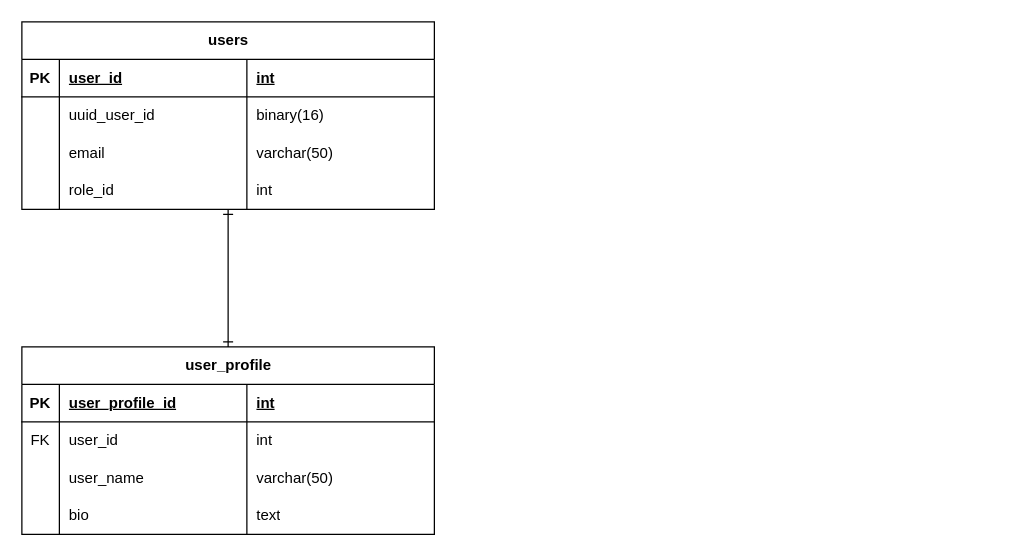
Above: docs/user_service/user_service_er.drawio in Nahaq789/micron (draw.io), before the change. Source tidied: cells renumbered, new cells numbered last; positions are measured from the earlier drawing's top-left corner, leaving out a move shared by most shapes. Both pictures are drawn from the tidied source at 125%, with x=0, y=0 at pixel (21, 21).
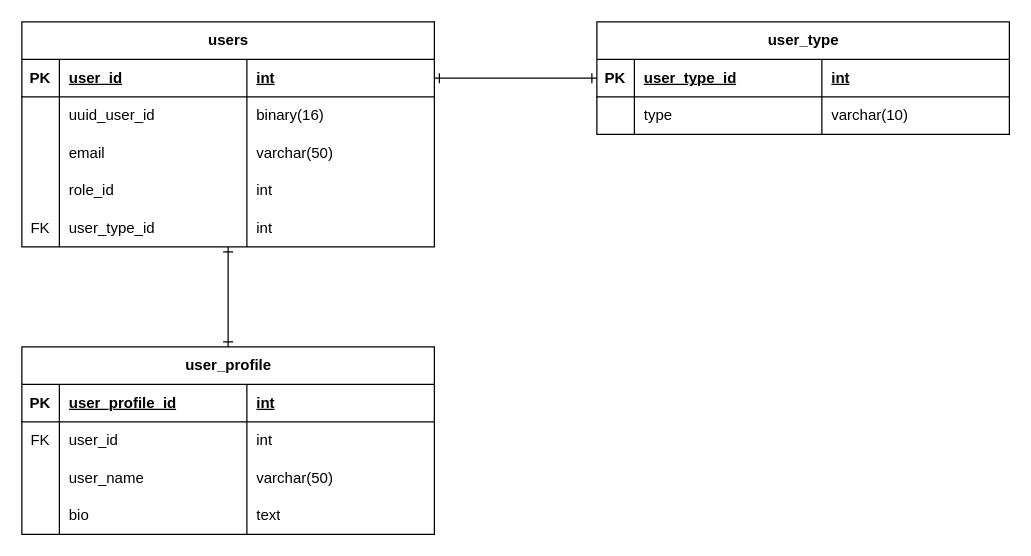
The same page after the edit.

Unchanged cells that the change refers to:
```xml
<mxCell id="4" style="shape=tableRow;horizontal=0;startSize=0;swimlaneHead=0;swimlaneBody=0;fillColor=none;points=[[0,0.5],[1,0.5]];portConstraint=eastwest;top=0;left=0;right=0;bottom=1;" parent="3" vertex="1">
  <mxGeometry y="30" width="330" height="30" as="geometry" />
</mxCell>
```

Diff of the diagram source:
```diff
@@
     <mxCell id="3" value="users" style="shape=table;startSize=30;childLayout=tableLayout;rowLines=0;fontStyle=1;align=center;html=1;" parent="1" vertex="1">
-      <mxGeometry width="330" height="150" as="geometry" />
+      <mxGeometry width="330" height="180" as="geometry" />
     </mxCell>
@@
+    <mxCell id="37" style="shape=tableRow;horizontal=0;startSize=0;swimlaneHead=0;swimlaneBody=0;fillColor=none;top=0;left=0;right=0;bottom=0;" parent="3" vertex="1">
+      <mxGeometry y="150" width="330" height="30" as="geometry" />
+    </mxCell>
+    <mxCell id="38" value="FK" style="shape=partialRectangle;fillColor=none;top=0;left=0;bottom=0;right=0;overflow=hidden;whiteSpace=wrap;html=1;" parent="37" vertex="1">
+      <mxGeometry width="30" height="30" as="geometry" />
+    </mxCell>
+    <mxCell id="39" value="user_type_id" style="shape=partialRectangle;fillColor=none;top=0;left=0;bottom=0;right=0;align=left;spacingLeft=6;overflow=hidden;whiteSpace=wrap;html=1;" parent="37" vertex="1">
+      <mxGeometry x="30" width="150" height="30" as="geometry" />
+    </mxCell>
+    <mxCell id="40" value="int" style="shape=partialRectangle;fillColor=none;top=0;left=0;bottom=0;right=0;align=left;spacingLeft=6;overflow=hidden;whiteSpace=wrap;html=1;" parent="37" vertex="1">
+      <mxGeometry x="180" width="150" height="30" as="geometry" />
+    </mxCell>
@@
+    <mxCell id="41" style="edgeStyle=none;html=1;entryX=1;entryY=0.5;entryDx=0;entryDy=0;endArrow=ERone;endFill=0;startArrow=ERone;startFill=0;" parent="1" edge="1" source="42" target="4">
+      <mxGeometry relative="1" as="geometry" />
+    </mxCell>
+    <mxCell id="42" value="user_type" style="shape=table;startSize=30;childLayout=tableLayout;rowLines=0;fontStyle=1;align=center;html=1;" parent="1" vertex="1">
+      <mxGeometry x="460" width="330" height="90" as="geometry" />
+    </mxCell>
+    <mxCell id="43" style="shape=tableRow;horizontal=0;startSize=0;swimlaneHead=0;swimlaneBody=0;fillColor=none;top=0;left=0;right=0;bottom=1;" parent="42" vertex="1">
+      <mxGeometry y="30" width="330" height="30" as="geometry" />
+    </mxCell>
+    <mxCell id="44" value="PK" style="shape=partialRectangle;fillColor=none;top=0;left=0;bottom=0;right=0;fontStyle=1;overflow=hidden;whiteSpace=wrap;html=1;" parent="43" vertex="1">
+      <mxGeometry width="30" height="30" as="geometry" />
+    </mxCell>
+    <mxCell id="45" value="user_type_id" style="shape=partialRectangle;fillColor=none;top=0;left=0;bottom=0;right=0;align=left;spacingLeft=6;fontStyle=5;overflow=hidden;whiteSpace=wrap;html=1;" parent="43" vertex="1">
+      <mxGeometry x="30" width="150" height="30" as="geometry" />
+    </mxCell>
+    <mxCell id="46" value="int" style="shape=partialRectangle;fillColor=none;top=0;left=0;bottom=0;right=0;align=left;spacingLeft=6;fontStyle=5;overflow=hidden;whiteSpace=wrap;html=1;" parent="43" vertex="1">
+      <mxGeometry x="180" width="150" height="30" as="geometry" />
+    </mxCell>
+    <mxCell id="47" style="shape=tableRow;horizontal=0;startSize=0;swimlaneHead=0;swimlaneBody=0;fillColor=none;top=0;left=0;right=0;bottom=0;" parent="42" vertex="1">
+      <mxGeometry y="60" width="330" height="30" as="geometry" />
+    </mxCell>
+    <mxCell id="48" style="shape=partialRectangle;fillColor=none;top=0;left=0;bottom=0;right=0;overflow=hidden;whiteSpace=wrap;html=1;" parent="47" vertex="1">
+      <mxGeometry width="30" height="30" as="geometry" />
+    </mxCell>
+    <mxCell id="49" value="type" style="shape=partialRectangle;fillColor=none;top=0;left=0;bottom=0;right=0;align=left;spacingLeft=6;overflow=hidden;whiteSpace=wrap;html=1;" parent="47" vertex="1">
+      <mxGeometry x="30" width="150" height="30" as="geometry" />
+    </mxCell>
+    <mxCell id="50" value="varchar(10)" style="shape=partialRectangle;fillColor=none;top=0;left=0;bottom=0;right=0;align=left;spacingLeft=6;overflow=hidden;whiteSpace=wrap;html=1;" parent="47" vertex="1">
+      <mxGeometry x="180" width="150" height="30" as="geometry" />
+    </mxCell>
```
